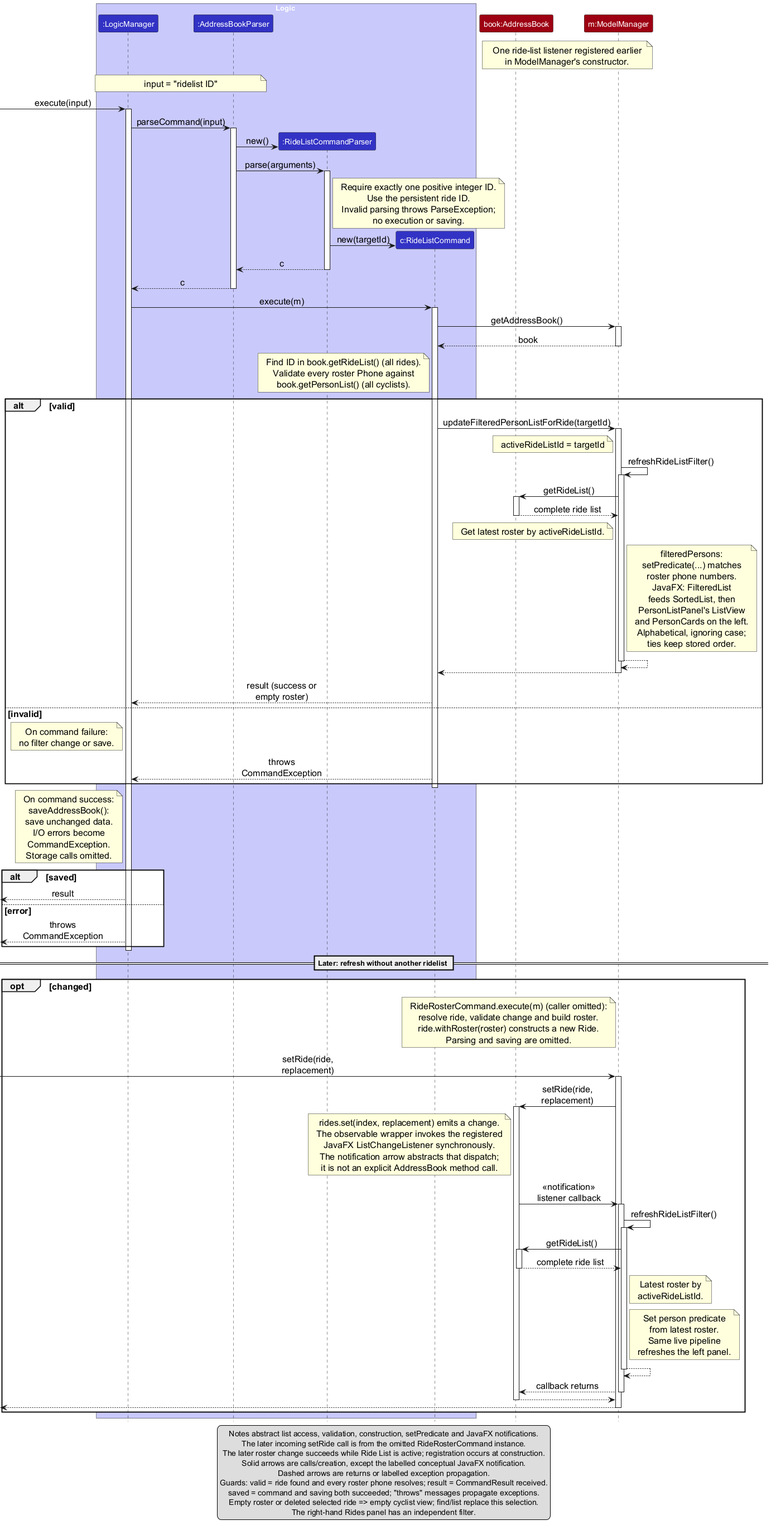
The PlantUML diagram docs/images/RideListSequenceDiagram.png in AY2627S1-CS2103T-W11-1/tp, before a commit.
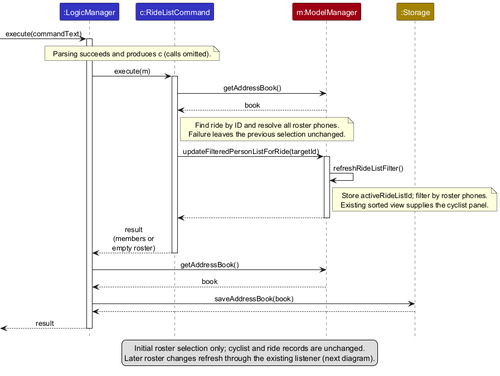
Above is the later version.

What changed in the source:
```diff
@@ -1,160 +1,38 @@
 @startuml
 !include style.puml
 skinparam ArrowFontStyle plain
-skinparam ParticipantPadding 0
-skinparam NoteFontSize 16
-skinparam ArrowFontSize 16
-skinparam SequenceGroupFontSize 16
-skinparam SequenceGroupHeaderFontSize 16
-skinparam maxMessageSize 140
-!pragma sequenceMessageSpan true
+skinparam maxMessageSize 80
+hide footbox
+participant ":LogicManager" as Logic LOGIC_COLOR
+participant "c:RideListCommand" as Command LOGIC_COLOR
+participant "m:ModelManager" as Model MODEL_COLOR
+participant ":Storage" as Storage STORAGE_COLOR
 
-box Logic LOGIC_COLOR_T1
-participant ":LogicManager" as Logic LOGIC_COLOR
-participant ":AddressBookParser" as Parser LOGIC_COLOR
-participant ":RideListCommandParser" as ListParser LOGIC_COLOR
-participant "c:RideListCommand" as Command LOGIC_COLOR
-end box
-participant "book:AddressBook" as Book MODEL_COLOR
-participant "m:ModelManager" as Model MODEL_COLOR
-
-note over Book, Model
-  One ride-list listener registered earlier
-  in ModelManager's constructor.
-end note
-note over Logic, Parser : input = "ridelist ID"
-[-> Logic : execute(input)
+[-> Logic : execute(commandText)
 activate Logic
-Logic -> Parser : parseCommand(input)
-activate Parser
-create ListParser
-Parser -> ListParser : new()
-Parser -> ListParser : parse(arguments)
-activate ListParser
-note right of ListParser
-  Require exactly one positive integer ID.
-  Use the persistent ride ID.
-  Invalid parsing throws ParseException;
-  no execution or saving.
-end note
-create Command
-ListParser -> Command : new(targetId)
-ListParser --> Parser : c
-deactivate ListParser
-Parser --> Logic : c
-deactivate Parser
-
+note over Logic, Command : Parsing succeeds and produces c (calls omitted).
 Logic -> Command : execute(m)
 activate Command
 Command -> Model : getAddressBook()
+Model --> Command : book
+note right of Command : Find ride by ID and resolve all roster phones.\nFailure leaves the previous selection unchanged.
+Command -> Model : updateFilteredPersonListForRide(targetId)
 activate Model
-Model --> Command : book
+Model -> Model : refreshRideListFilter()
+note right of Model : Store activeRideListId; filter by roster phones.\nExisting sorted view supplies the cyclist panel.
+Model --> Command
 deactivate Model
-note left of Command
-  Find ID in book.getRideList() (all rides).
-  Validate every roster Phone against
-  book.getPersonList() (all cyclists).
-end note
-alt valid
-    Command -> Model : updateFilteredPersonListForRide(targetId)
-    activate Model
-    note left of Model : activeRideListId = targetId
-    Model -> Model : refreshRideListFilter()
-    activate Model
-    Model -> Book : getRideList()
-    activate Book
-    Book --> Model : complete ride list
-    deactivate Book
-    note left of Model : Get latest roster by activeRideListId.
-    note right of Model
-      filteredPersons:
-      setPredicate(...) matches
-      roster phone numbers.
-      JavaFX: FilteredList
-      feeds SortedList, then
-      PersonListPanel's ListView
-      and PersonCards on the left.
-      Alphabetical, ignoring case;
-      ties keep stored order.
-    end note
-    Model --> Model
-    deactivate Model
-    Model --> Command
-    deactivate Model
-    Command --> Logic : result (success or empty roster)
-else invalid
-    note left of Logic : On command failure:\nno filter change or save.
-    Command --> Logic : throws CommandException
-end
+Command --> Logic : result (members or empty roster)
 deactivate Command
-note left of Logic
-  On command success:
-  saveAddressBook():
-  save unchanged data.
-  I/O errors become
-  CommandException.
-  Storage calls omitted.
-end note
-alt saved
-    [<-- Logic : result
-else error
-    [<-- Logic : throws CommandException
-end
+Logic -> Model : getAddressBook()
+Model --> Logic : book
+Logic -> Storage : saveAddressBook(book)
+Storage --> Logic
+[<-- Logic : result
 deactivate Logic
 
-== Later: refresh without another ridelist ==
-opt changed
-    note left of Model
-      RideRosterCommand.execute(m) (caller omitted):
-      resolve ride, validate change and build roster.
-      ride.withRoster(roster) constructs a new Ride.
-      Parsing and saving are omitted.
-    end note
-    [-> Model : setRide(ride, replacement)
-    activate Model
-    Model -> Book : setRide(ride, replacement)
-    activate Book
-    note left of Book
-      rides.set(index, replacement) emits a change.
-      The observable wrapper invokes the registered
-      JavaFX ListChangeListener synchronously.
-      The notification arrow abstracts that dispatch;
-      it is not an explicit AddressBook method call.
-    end note
-    Book -> Model : <<notification>>\nlistener callback
-    activate Model
-    Model -> Model : refreshRideListFilter()
-    activate Model
-    Model -> Book : getRideList()
-    activate Book
-    Book --> Model : complete ride list
-    deactivate Book
-    note right of Model : Latest roster by\nactiveRideListId.
-    note right of Model
-      Set person predicate
-      from latest roster.
-      Same live pipeline
-      refreshes the left panel.
-    end note
-    Model --> Model
-    deactivate Model
-    Model --> Book : callback returns
-    deactivate Model
-    Book --> Model
-    deactivate Book
-    [<-- Model
-    deactivate Model
-end
-
 legend bottom
-  Notes abstract list access, validation, construction, setPredicate and JavaFX notifications.
-  The later incoming setRide call is from the omitted RideRosterCommand instance.
-  The later roster change succeeds while Ride List is active; registration occurs at construction.
-  Solid arrows are calls/creation, except the labelled conceptual JavaFX notification.
-  Dashed arrows are returns or labelled exception propagation.
-  Guards: valid = ride found and every roster phone resolves; result = CommandResult received.
-  saved = command and saving both succeeded; "throws" messages propagate exceptions.
-  Empty roster or deleted selected ride => empty cyclist view; find/list replace this selection.
-  The right-hand Rides panel has an independent filter.
+  Initial roster selection only; cyclist and ride records are unchanged.
+  Later roster changes refresh through the existing listener (next diagram).
 endlegend
 @enduml
```
